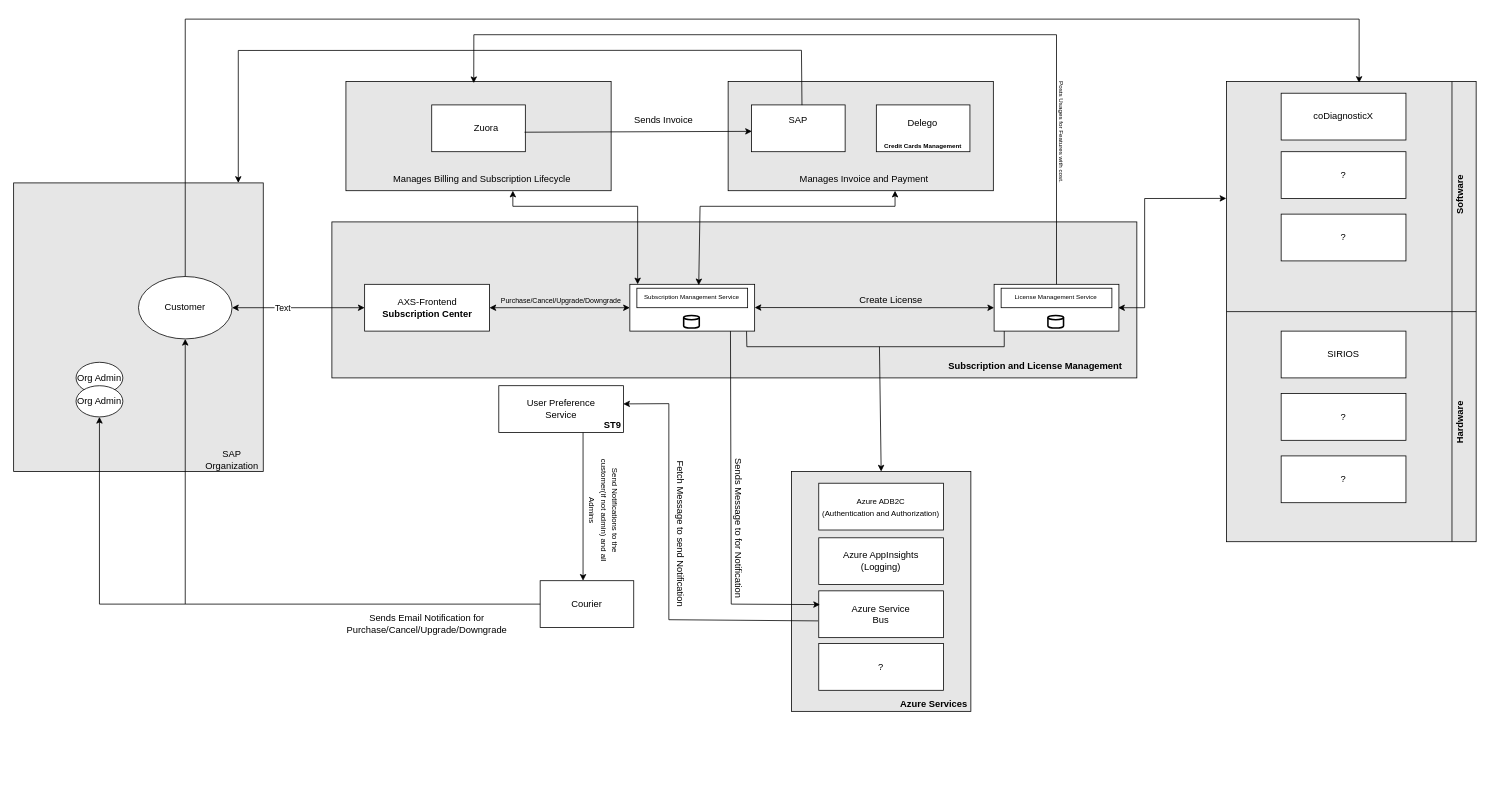
This is page "Page-2" (2 of 2) of LEMS-flow1.drawio from ankitverma5859/drawio, a draw.io file, before an edit. Source tidied: cells renumbered, new cells numbered last; positions are measured from the earlier drawing's top-left corner, leaving out a move shared by most shapes. Both pictures are drawn from the tidied source at 78%, with x=0, y=0 at pixel (13, 19).
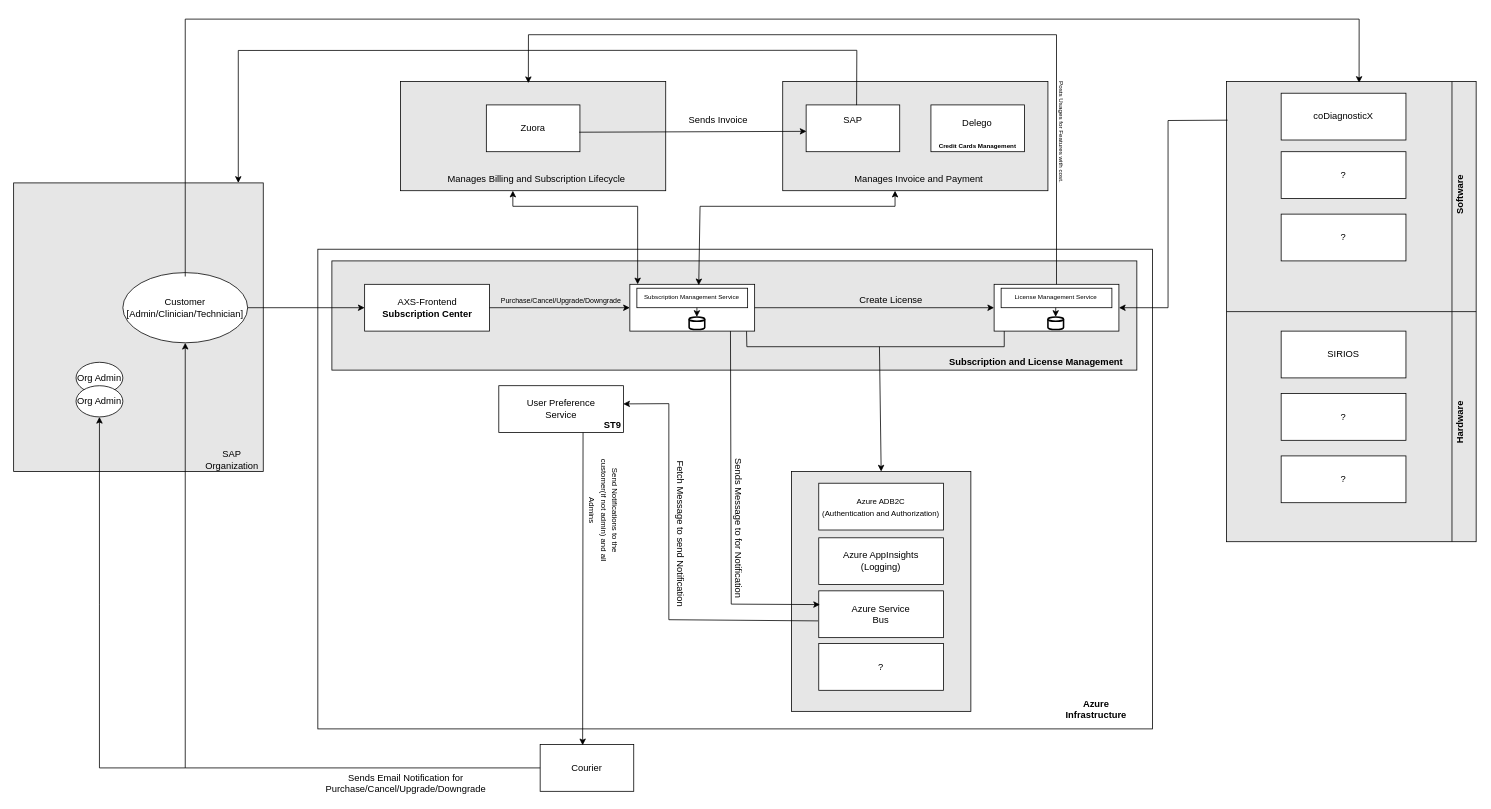
The same diagram, later.

The change refers to these unchanged cells:
```xml
<mxCell id="5" style="rounded=0;whiteSpace=wrap;html=1;" parent="1" vertex="1">
  <mxGeometry x="450" y="340" width="160" height="60" as="geometry" />
</mxCell>
<mxCell id="7" style="rounded=0;whiteSpace=wrap;html=1;" parent="1" vertex="1">
  <mxGeometry x="790" y="340" width="160" height="60" as="geometry" />
</mxCell>
<mxCell id="8" style="rounded=0;whiteSpace=wrap;html=1;" parent="1" vertex="1">
  <mxGeometry x="1257" y="340" width="160" height="60" as="geometry" />
</mxCell>
<mxCell id="42" style="rounded=0;whiteSpace=wrap;html=1;fillColor=#E6E6E6;" parent="1" vertex="1">
  <mxGeometry x="1555" y="80" width="320" height="590" as="geometry" />
</mxCell>
```

What changed in the source:
```diff
@@
+    <mxCell id="85" style="rounded=0;whiteSpace=wrap;html=1;" parent="1" vertex="1">
+      <mxGeometry x="390" y="295" width="1070" height="615" as="geometry" />
+    </mxCell>
+    <mxCell id="86" style="rounded=0;whiteSpace=wrap;html=1;" parent="1" vertex="1">
+      <mxGeometry x="460" y="361.8" width="120" height="60" as="geometry" />
+    </mxCell>
@@
+    <mxCell id="4" style="rounded=0;whiteSpace=wrap;html=1;fillColor=#E6E6E6;" parent="1" vertex="1">
+      <mxGeometry x="408" y="310" width="1032" height="140" as="geometry" />
+    </mxCell>
@@
-    <mxCell id="4" style="rounded=0;whiteSpace=wrap;html=1;fillColor=#E6E6E6;" parent="1" vertex="1">
-      <mxGeometry x="408" y="260" width="1032" height="200" as="geometry" />
-    </mxCell>
@@
     <mxCell id="11" style="ellipse;whiteSpace=wrap;html=1;" parent="1" vertex="1">
-      <mxGeometry x="160" y="330" width="120" height="80" as="geometry" />
+      <mxGeometry x="140" y="325" width="160" height="90" as="geometry" />
     </mxCell>
-    <mxCell id="12" value="Customer" style="text;html=1;align=center;verticalAlign=middle;whiteSpace=wrap;rounded=0;" parent="1" vertex="1">
-      <mxGeometry x="190" y="355" width="60" height="30" as="geometry" />
+    <mxCell id="12" value="Customer&lt;div&gt;[Admin/Clinician/Technician]&lt;/div&gt;" style="text;html=1;align=center;verticalAlign=middle;whiteSpace=wrap;rounded=0;" parent="1" vertex="1">
+      <mxGeometry x="170" y="355" width="100" height="30" as="geometry" />
     </mxCell>
-    <mxCell id="13" style="endArrow=classic;startArrow=classic;html=1;rounded=0;entryX=0;entryY=0.5;entryDx=0;entryDy=0;" parent="1" edge="1" target="5">
-      <mxGeometry relative="1" as="geometry">
-        <mxPoint x="280" y="370" as="sourcePoint" />
-      </mxGeometry>
-    </mxCell>
-    <mxCell id="14" value="Text" style="edgeLabel;html=1;align=center;verticalAlign=middle;" parent="13" vertex="1">
-      <mxGeometry x="-0.25" relative="1" as="geometry" />
-    </mxCell>
-    <mxCell id="15" style="endArrow=classic;startArrow=classic;html=1;rounded=0;exitX=1;exitY=0.5;exitDx=0;exitDy=0;" parent="1" edge="1" source="5">
-      <mxGeometry relative="1" as="geometry">
-        <mxPoint x="790" y="370" as="targetPoint" />
-      </mxGeometry>
-    </mxCell>
-    <mxCell id="16" style="endArrow=classic;startArrow=classic;html=1;rounded=0;entryX=0;entryY=0.5;entryDx=0;entryDy=0;" parent="1" edge="1" target="8">
-      <mxGeometry relative="1" as="geometry">
-        <mxPoint x="950" y="369.8" as="sourcePoint" />
-      </mxGeometry>
-    </mxCell>
     <mxCell id="17" style="rounded=0;whiteSpace=wrap;html=1;fillColor=#E6E6E6;" parent="1" vertex="1">
-      <mxGeometry x="916" y="80" width="340" height="140" as="geometry" />
+      <mxGeometry x="986" y="80" width="340" height="140" as="geometry" />
     </mxCell>
     <mxCell id="18" style="rounded=0;whiteSpace=wrap;html=1;" parent="1" vertex="1">
-      <mxGeometry x="1106" y="110" width="120" height="60" as="geometry" />
+      <mxGeometry x="1176" y="110" width="120" height="60" as="geometry" />
     </mxCell>
     <mxCell id="19" style="rounded=0;whiteSpace=wrap;html=1;" parent="1" vertex="1">
-      <mxGeometry x="946" y="110" width="120" height="60" as="geometry" />
+      <mxGeometry x="1016" y="110" width="120" height="60" as="geometry" />
     </mxCell>
     <mxCell id="20" value="Delego&lt;div&gt;&lt;br/&gt;&lt;/div&gt;" style="text;html=1;align=center;verticalAlign=middle;whiteSpace=wrap;rounded=0;" parent="1" vertex="1">
-      <mxGeometry x="1106" y="130" width="119" height="20" as="geometry" />
+      <mxGeometry x="1176" y="130" width="119" height="20" as="geometry" />
     </mxCell>
     <mxCell id="21" value="SAP" style="text;html=1;align=center;verticalAlign=middle;whiteSpace=wrap;rounded=0;" parent="1" vertex="1">
-      <mxGeometry x="976" y="115" width="60" height="30" as="geometry" />
+      <mxGeometry x="1046" y="115" width="60" height="30" as="geometry" />
     </mxCell>
     <mxCell id="22" style="rounded=0;whiteSpace=wrap;html=1;fillColor=#E6E6E6;" parent="1" vertex="1">
-      <mxGeometry x="426" y="80" width="340" height="140" as="geometry" />
+      <mxGeometry x="496" y="80" width="340" height="140" as="geometry" />
     </mxCell>
     <mxCell id="23" style="rounded=0;whiteSpace=wrap;html=1;" parent="1" vertex="1">
-      <mxGeometry x="536" y="110" width="120" height="60" as="geometry" />
+      <mxGeometry x="606" y="110" width="120" height="60" as="geometry" />
     </mxCell>
     <mxCell id="24" value="Zuora" style="text;html=1;align=center;verticalAlign=middle;whiteSpace=wrap;rounded=0;" parent="1" vertex="1">
-      <mxGeometry x="576" y="125" width="60" height="30" as="geometry" />
+      <mxGeometry x="636" y="125" width="60" height="30" as="geometry" />
     </mxCell>
     <mxCell id="25" style="rounded=0;whiteSpace=wrap;html=1;" parent="1" vertex="1">
-      <mxGeometry x="675" y="720" width="120" height="60" as="geometry" />
+      <mxGeometry x="675" y="930" width="120" height="60" as="geometry" />
     </mxCell>
     <mxCell id="26" value="Courier" style="text;html=1;align=center;verticalAlign=middle;whiteSpace=wrap;rounded=0;" parent="1" vertex="1">
-      <mxGeometry x="705" y="735" width="60" height="30" as="geometry" />
+      <mxGeometry x="705" y="945" width="60" height="30" as="geometry" />
     </mxCell>
-    <mxCell id="27" style="endArrow=classic;html=1;rounded=0;" parent="1" edge="1">
+    <mxCell id="27" style="endArrow=classic;html=1;rounded=0;entryX=0.454;entryY=0.016;entryDx=0;entryDy=0;entryPerimeter=0;" parent="1" edge="1" target="25">
       <mxGeometry relative="1" as="geometry">
         <mxPoint x="730" y="530" as="sourcePoint" />
-        <mxPoint x="730" y="720" as="targetPoint" />
       </mxGeometry>
     </mxCell>
     <mxCell id="28" style="endArrow=classic;html=1;rounded=0;entryX=0.5;entryY=1;entryDx=0;entryDy=0;exitX=0;exitY=0.5;exitDx=0;exitDy=0;" parent="1" edge="1" source="25" target="11">
       <mxGeometry relative="1" as="geometry">
         <Array as="points">
-          <mxPoint x="220" y="750" />
+          <mxPoint x="220" y="960" />
         </Array>
       </mxGeometry>
     </mxCell>
     <mxCell id="29" value="Sends Email Notification for Purchase/Cancel/Upgrade/Downgrade" style="text;html=1;align=center;verticalAlign=middle;whiteSpace=wrap;rounded=0;" parent="1" vertex="1">
-      <mxGeometry x="440" y="760" width="180" height="30" as="geometry" />
+      <mxGeometry x="412.5" y="965" width="180" height="30" as="geometry" />
     </mxCell>
@@
     <mxCell id="35" style="endArrow=classic;html=1;rounded=0;" parent="1" edge="1">
       <mxGeometry relative="1" as="geometry">
-        <mxPoint x="220" y="750" as="sourcePoint" />
+        <mxPoint x="220" y="960" as="sourcePoint" />
         <mxPoint x="110" y="510" as="targetPoint" />
         <Array as="points">
+          <mxPoint x="110" y="960" />
           <mxPoint x="110" y="750" />
         </Array>
       </mxGeometry>
     </mxCell>
@@
     <mxCell id="37" value="Manages Billing and Subscription Lifecycle" style="text;html=1;align=center;verticalAlign=middle;whiteSpace=wrap;rounded=0;" parent="1" vertex="1">
-      <mxGeometry x="463.5" y="190" width="272.5" height="30" as="geometry" />
+      <mxGeometry x="533.5" y="190" width="272.5" height="30" as="geometry" />
     </mxCell>
     <mxCell id="38" value="Manages Invoice and Payment" style="text;html=1;align=center;verticalAlign=middle;whiteSpace=wrap;rounded=0;" parent="1" vertex="1">
-      <mxGeometry x="953.5" y="190" width="272.5" height="30" as="geometry" />
+      <mxGeometry x="1023.5" y="190" width="272.5" height="30" as="geometry" />
     </mxCell>
     <mxCell id="39" value="Sends Invoice" style="text;html=1;align=center;verticalAlign=middle;whiteSpace=wrap;rounded=0;" parent="1" vertex="1">
-      <mxGeometry x="786" y="120" width="95" height="20" as="geometry" />
+      <mxGeometry x="856" y="120" width="95" height="20" as="geometry" />
     </mxCell>
@@
-    <mxCell id="52" style="endArrow=classic;startArrow=classic;html=1;rounded=0;entryX=-0.001;entryY=0.254;entryDx=0;entryDy=0;entryPerimeter=0;" parent="1" edge="1" target="42">
-      <mxGeometry relative="1" as="geometry">
-        <mxPoint x="1416" y="370" as="sourcePoint" />
-        <Array as="points">
-          <mxPoint x="1450" y="370" />
-          <mxPoint x="1450" y="230" />
-        </Array>
-      </mxGeometry>
-    </mxCell>
     <mxCell id="53" style="endArrow=classic;html=1;rounded=0;exitX=0.5;exitY=0;exitDx=0;exitDy=0;entryX=0.482;entryY=0.015;entryDx=0;entryDy=0;entryPerimeter=0;" parent="1" edge="1" source="8" target="22">
       <mxGeometry relative="1" as="geometry">
         <Array as="points">
           <mxPoint x="1337" y="20" />
-          <mxPoint x="590" y="20" />
+          <mxPoint x="660" y="20" />
         </Array>
       </mxGeometry>
     </mxCell>
@@
     <mxCell id="60" value="&lt;b&gt;Subscription and License Management&lt;/b&gt;" style="text;html=1;align=center;verticalAlign=middle;whiteSpace=wrap;rounded=0;" parent="1" vertex="1">
-      <mxGeometry x="1180" y="430" width="260" height="30" as="geometry" />
+      <mxGeometry x="1181" y="425" width="260" height="30" as="geometry" />
     </mxCell>
@@
     <mxCell id="62" style="endArrow=classic;html=1;rounded=0;exitX=0.539;exitY=0.004;exitDx=0;exitDy=0;exitPerimeter=0;" parent="1" edge="1" source="19">
       <mxGeometry relative="1" as="geometry">
         <mxPoint x="288" y="210" as="targetPoint" />
         <Array as="points">
-          <mxPoint x="1010" y="40" />
+          <mxPoint x="1081" y="40" />
           <mxPoint x="288" y="40.2" />
         </Array>
       </mxGeometry>
     </mxCell>
@@
     <mxCell id="66" value="&lt;div&gt;&lt;font style=&quot;font-size: 8px;&quot;&gt;&lt;b style=&quot;&quot;&gt;Credit Cards Management&lt;/b&gt;&lt;/font&gt;&lt;/div&gt;" style="text;html=1;align=center;verticalAlign=middle;whiteSpace=wrap;rounded=0;" parent="1" vertex="1">
-      <mxGeometry x="1103.8" y="152" width="123.5" height="20" as="geometry" />
+      <mxGeometry x="1173.8" y="152" width="123.5" height="20" as="geometry" />
     </mxCell>
@@
-    <mxCell id="69" value="&lt;b&gt;Azure Services&lt;/b&gt;" style="text;html=1;align=center;verticalAlign=middle;whiteSpace=wrap;rounded=0;" parent="1" vertex="1">
-      <mxGeometry x="1128.2" y="862.5" width="104" height="30" as="geometry" />
+    <mxCell id="69" value="&lt;b&gt;Azure Infrastructure&lt;/b&gt;" style="text;html=1;align=center;verticalAlign=middle;whiteSpace=wrap;rounded=0;" parent="1" vertex="1">
+      <mxGeometry x="1336" y="870" width="104" height="30" as="geometry" />
     </mxCell>
@@
     <mxCell id="75" style="endArrow=classic;html=1;rounded=0;entryX=0.004;entryY=0.565;entryDx=0;entryDy=0;entryPerimeter=0;" parent="1" edge="1" target="19">
       <mxGeometry relative="1" as="geometry">
-        <mxPoint x="655" y="145" as="sourcePoint" />
+        <mxPoint x="725" y="145" as="sourcePoint" />
       </mxGeometry>
     </mxCell>
@@
-    <mxCell id="81" style="strokeWidth=2;html=1;shape=mxgraph.flowchart.database;whiteSpace=wrap;" parent="1" vertex="1">
-      <mxGeometry x="859" y="380" width="20" height="16" as="geometry" />
-    </mxCell>
@@
     <mxCell id="84" style="strokeWidth=2;html=1;shape=mxgraph.flowchart.database;whiteSpace=wrap;" parent="1" vertex="1">
-      <mxGeometry x="1326" y="380" width="20" height="16" as="geometry" />
+      <mxGeometry x="1326" y="382" width="20" height="16" as="geometry" />
     </mxCell>
+    <mxCell id="87" style="endArrow=classic;html=1;rounded=0;exitX=1;exitY=0.5;exitDx=0;exitDy=0;" parent="1" edge="1" source="11">
+      <mxGeometry relative="1" as="geometry">
+        <mxPoint x="450" y="370" as="targetPoint" />
+      </mxGeometry>
+    </mxCell>
+    <mxCell id="88" style="endArrow=classic;html=1;rounded=0;entryX=0;entryY=0.5;entryDx=0;entryDy=0;" parent="1" edge="1" target="7">
+      <mxGeometry relative="1" as="geometry">
+        <mxPoint x="610" y="370" as="sourcePoint" />
+      </mxGeometry>
+    </mxCell>
+    <mxCell id="89" style="endArrow=classic;html=1;rounded=0;entryX=0;entryY=0.5;entryDx=0;entryDy=0;" parent="1" edge="1" target="8">
+      <mxGeometry relative="1" as="geometry">
+        <mxPoint x="950" y="370" as="sourcePoint" />
+      </mxGeometry>
+    </mxCell>
+    <mxCell id="90" style="endArrow=classic;html=1;rounded=0;entryX=1;entryY=0.5;entryDx=0;entryDy=0;exitX=0.004;exitY=0.084;exitDx=0;exitDy=0;exitPerimeter=0;" parent="1" edge="1" source="42" target="8">
+      <mxGeometry relative="1" as="geometry">
+        <Array as="points">
+          <mxPoint x="1480" y="130" />
+          <mxPoint x="1480" y="370" />
+        </Array>
+      </mxGeometry>
+    </mxCell>
+    <mxCell id="91" style="endArrow=classic;html=1;rounded=0;entryX=0.445;entryY=-0.014;entryDx=0;entryDy=0;entryPerimeter=0;" parent="1" edge="1">
+      <mxGeometry relative="1" as="geometry">
+        <mxPoint x="1336" y="370" as="sourcePoint" />
+        <mxPoint x="1335.9" y="381.8" as="targetPoint" />
+      </mxGeometry>
+    </mxCell>
+    <mxCell id="92" style="strokeWidth=2;html=1;shape=mxgraph.flowchart.database;whiteSpace=wrap;" parent="1" vertex="1">
+      <mxGeometry x="866" y="382" width="20" height="16" as="geometry" />
+    </mxCell>
+    <mxCell id="93" style="endArrow=classic;html=1;rounded=0;entryX=0.445;entryY=-0.014;entryDx=0;entryDy=0;entryPerimeter=0;" parent="1" edge="1">
+      <mxGeometry relative="1" as="geometry">
+        <mxPoint x="876" y="370" as="sourcePoint" />
+        <mxPoint x="875.9" y="381.8" as="targetPoint" />
+      </mxGeometry>
+    </mxCell>
```
